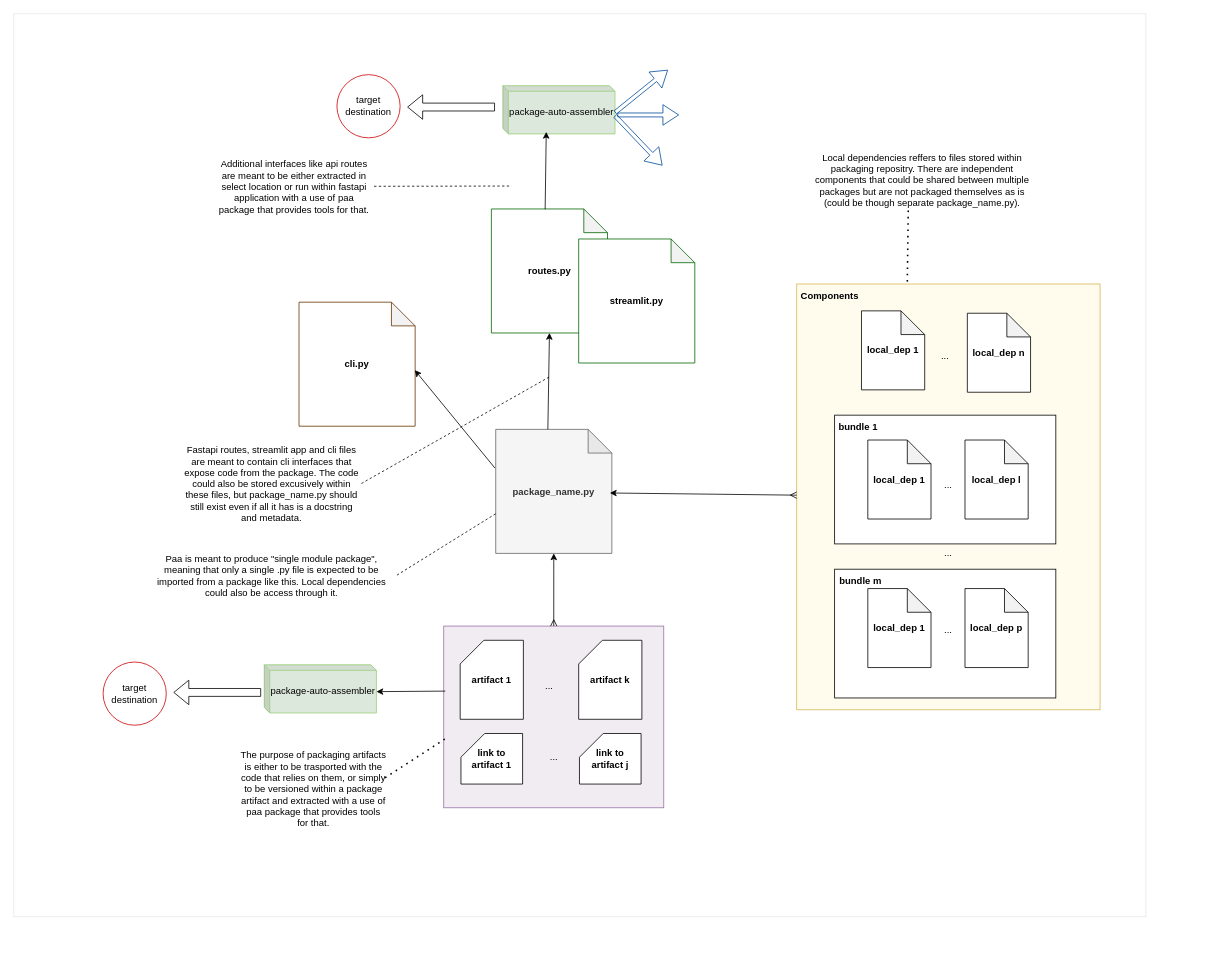
Before: page "package_structure" (6 of 13) of drawio/package_auto_assembler.drawio in Kiril-Mordan/reusables, a draw.io diagram. Source tidied: cells renumbered, new cells numbered last; positions are measured from the earlier drawing's top-left corner, leaving out a move shared by most shapes. Both pictures are drawn from the tidied source at 79%, with x=0, y=0 at pixel (13, 13).
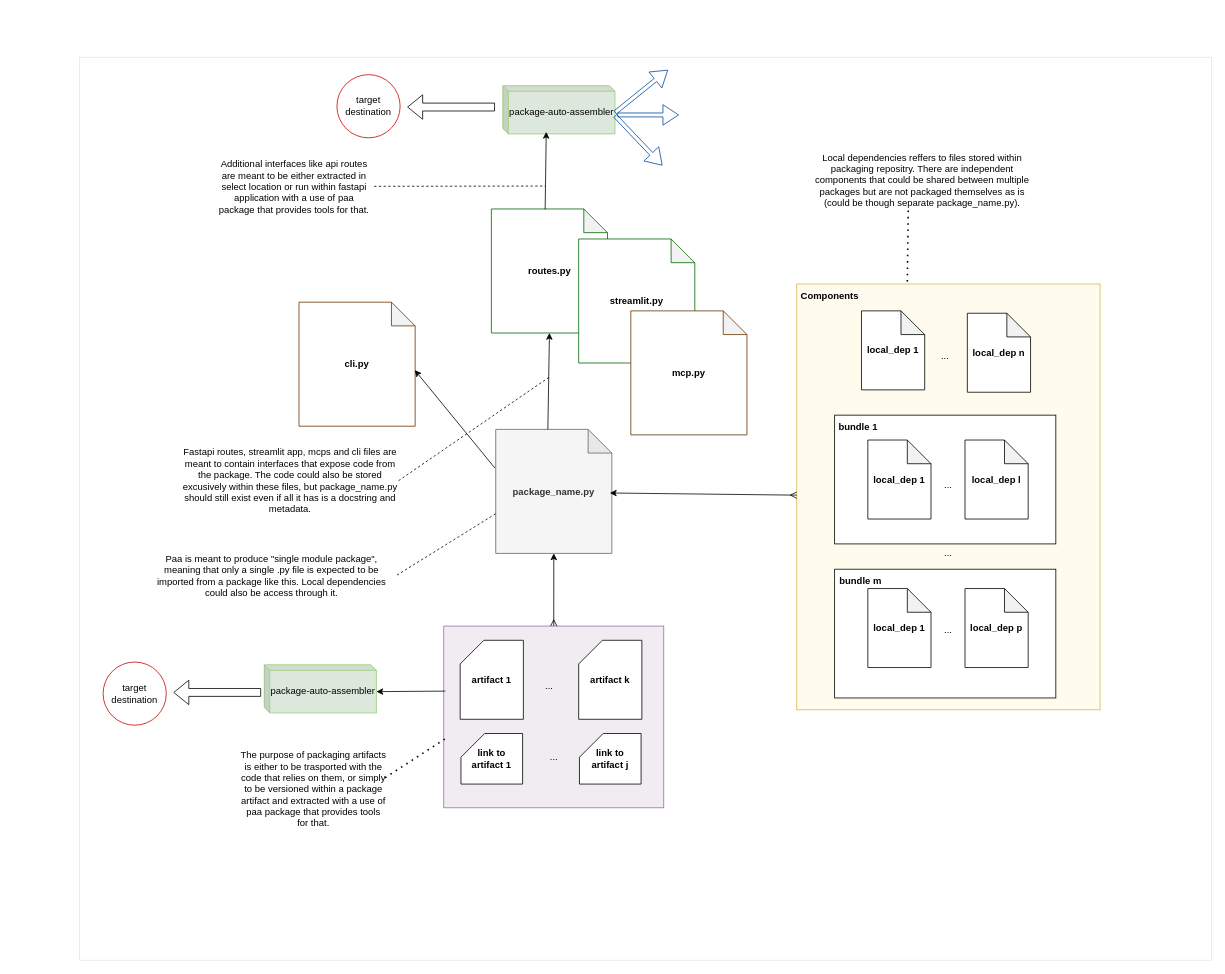
Above is the later version.

Unchanged cells that the change refers to:
```xml
<mxCell id="43" value="Additional interfaces like api routes are meant to be either extracted in select location or run within fastapi application with a use of paa package that provides tools for that." style="text;html=1;align=center;verticalAlign=middle;whiteSpace=wrap;rounded=0;" parent="1" vertex="1">
  <mxGeometry x="254" y="178" width="202" height="81" as="geometry" />
</mxCell>
```

What changed in the source:
```diff
@@
     <mxCell id="2" style="rounded=0;whiteSpace=wrap;html=1;strokeColor=#E6E6E6;" parent="1" vertex="1">
-      <mxGeometry width="1433" height="1143" as="geometry" />
+      <mxGeometry x="83" y="55" width="1433" height="1143" as="geometry" />
     </mxCell>
@@
-    <mxCell id="32" value="Fastapi routes, streamlit app and cli files are meant to contain cli interfaces that expose code from the package. The code could also be stored excusively within these files, but package_name.py should still exist even if all it has is a docstring and metadata." style="text;html=1;align=center;verticalAlign=middle;whiteSpace=wrap;rounded=0;" parent="1" vertex="1">
-      <mxGeometry x="213" y="533" width="227" height="123" as="geometry" />
+    <mxCell id="32" value="Fastapi routes, streamlit app, mcps and cli files are meant to contain interfaces that expose code from the package. The code could also be stored excusively within these files, but package_name.py should still exist even if all it has is a docstring and metadata." style="text;html=1;align=center;verticalAlign=middle;whiteSpace=wrap;rounded=0;" parent="1" vertex="1">
+      <mxGeometry x="213" y="533" width="274" height="116" as="geometry" />
     </mxCell>
@@
     <mxCell id="42" style="endArrow=none;dashed=1;html=1;rounded=0;" parent="1" edge="1" source="43">
       <mxGeometry relative="1" as="geometry">
-        <mxPoint x="627" y="218" as="targetPoint" />
+        <mxPoint x="673" y="218" as="targetPoint" />
       </mxGeometry>
     </mxCell>
@@
+    <mxCell id="55" value="&lt;b&gt;mcp.py&lt;/b&gt;" style="shape=note;whiteSpace=wrap;html=1;backgroundOutline=1;darkOpacity=0.05;strokeColor=#663300;" parent="1" vertex="1">
+      <mxGeometry x="781" y="376" width="147" height="157" as="geometry" />
+    </mxCell>
```
